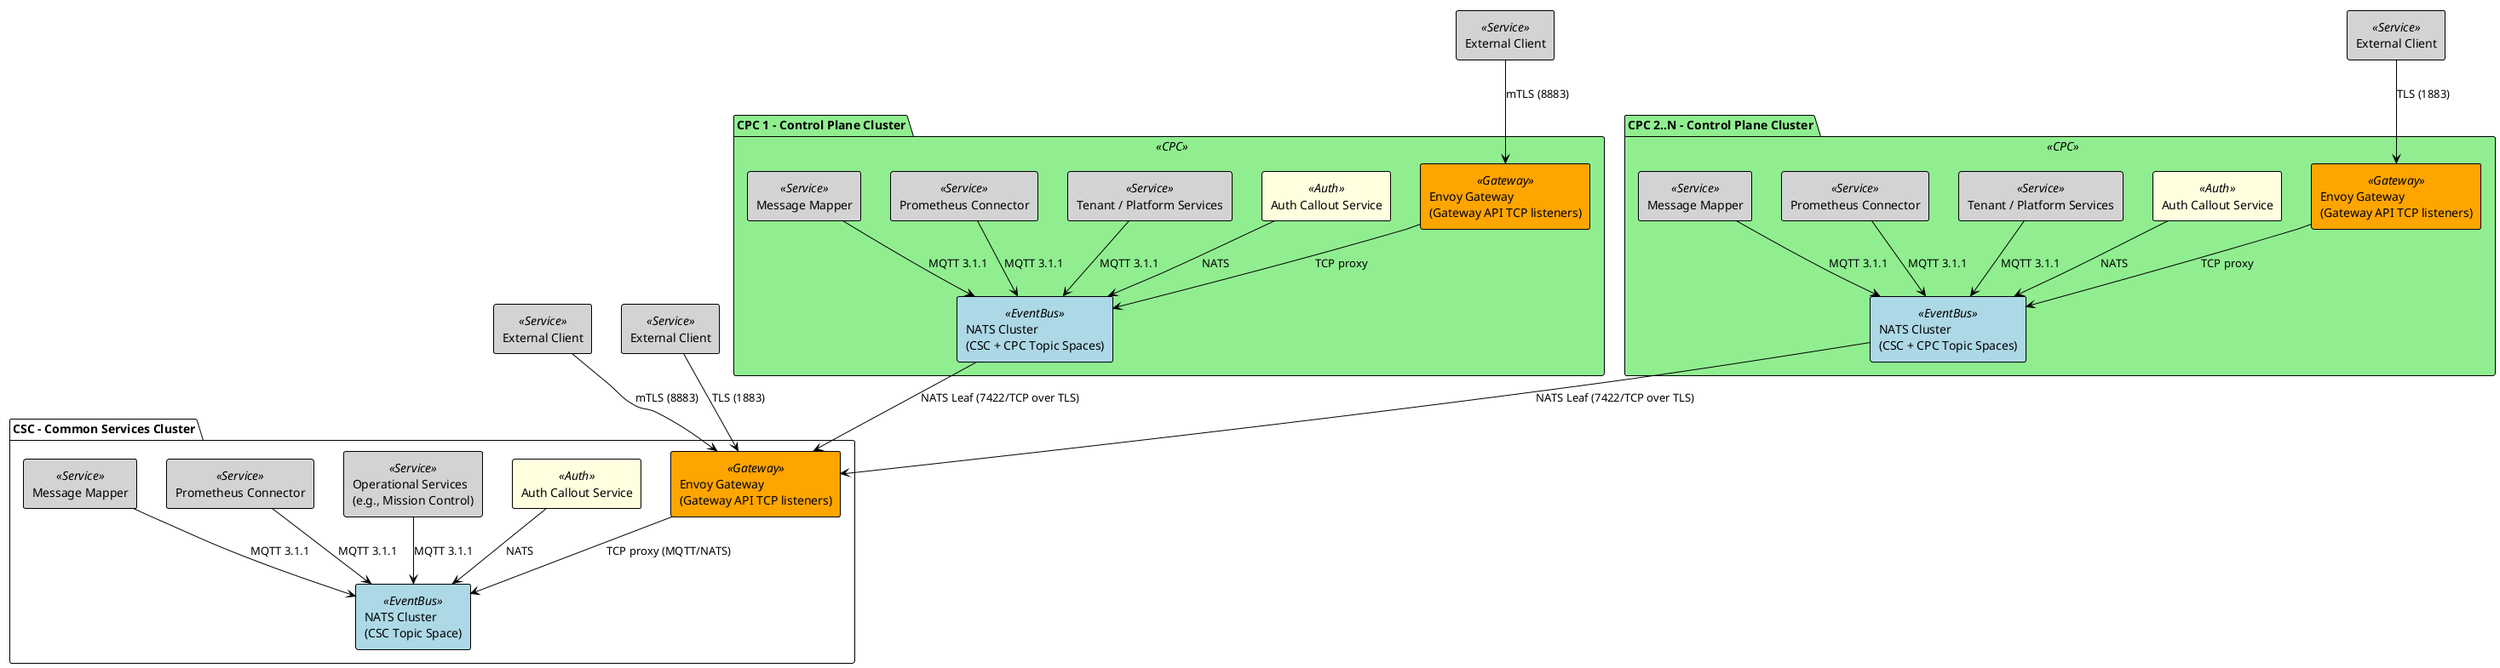
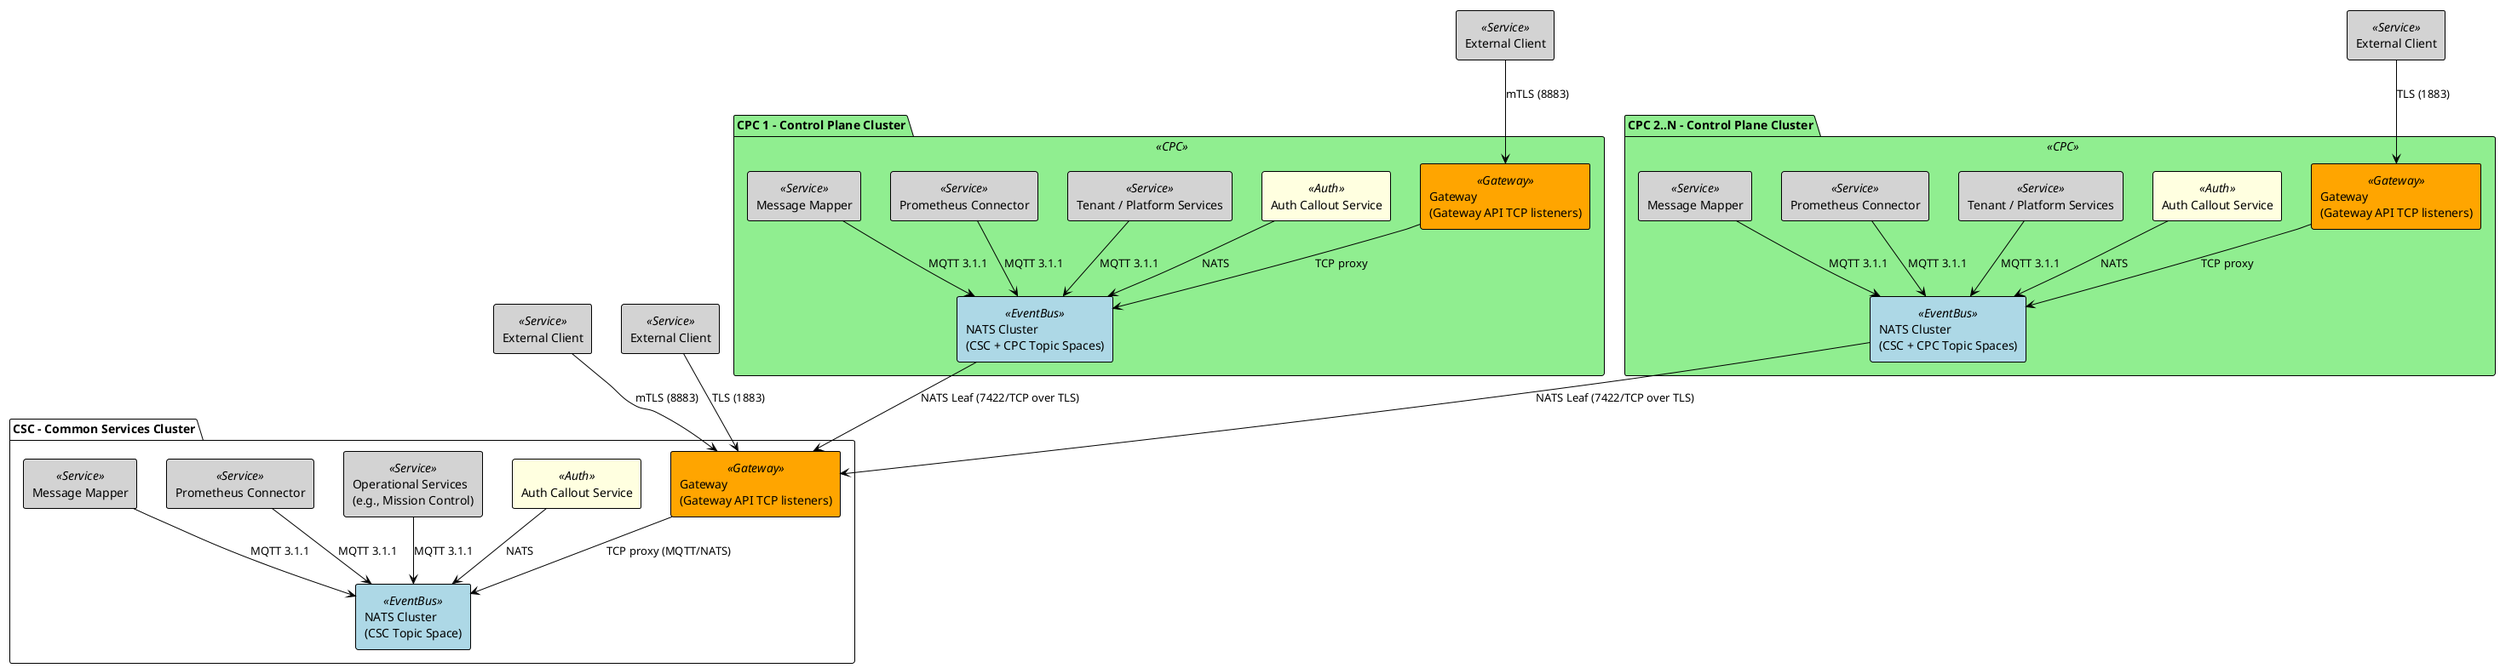
@startuml Event Bus Architecture

!theme plain
skinparam backgroundColor white
skinparam componentStyle rectangle

skinparam component {
    BackgroundColor<<EventBus>> lightblue
    BackgroundColor<<Service>> lightgray
    BackgroundColor<<Gateway>> orange
    BackgroundColor<<Auth>> lightyellow
}

skinparam package {
    BackgroundColor<<CPC>> lightgreen
}

skinparam direction topToBottom

package "CSC - Common Services Cluster" {
-     component "Envoy Gateway\n(Gateway API TCP listeners)" as GW_CSC <<Gateway>>
+     component "Gateway\n(Gateway API TCP listeners)" as GW_CSC <<Gateway>>
    component "NATS Cluster\n(CSC Topic Space)" as BUS_CSC <<EventBus>>
    component "Auth Callout Service" as AUTH_CSC <<Auth>>
    component "Operational Services\n(e.g., Mission Control)" as OPS_CSC <<Service>>
    component "Prometheus Connector" as PC_CSC <<Service>>
    component "Message Mapper" as MM_CSC <<Service>>
}

package "CPC 1 - Control Plane Cluster" <<CPC>> {
-     component "Envoy Gateway\n(Gateway API TCP listeners)" as GW_CPC1 <<Gateway>>
+     component "Gateway\n(Gateway API TCP listeners)" as GW_CPC1 <<Gateway>>
    component "NATS Cluster\n(CSC + CPC Topic Spaces)" as BUS_CPC1 <<EventBus>>
    component "Auth Callout Service" as AUTH_CPC1 <<Auth>>
    component "Tenant / Platform Services" as OPS_CPC1 <<Service>>
    component "Prometheus Connector" as PC_CPC1 <<Service>>
    component "Message Mapper" as MM_CPC1 <<Service>>
}

package "CPC 2..N - Control Plane Cluster" <<CPC>> {
-     component "Envoy Gateway\n(Gateway API TCP listeners)" as GW_CPC2 <<Gateway>>
+     component "Gateway\n(Gateway API TCP listeners)" as GW_CPC2 <<Gateway>>
    component "NATS Cluster\n(CSC + CPC Topic Spaces)" as BUS_CPC2 <<EventBus>>
    component "Auth Callout Service" as AUTH_CPC2 <<Auth>>
    component "Tenant / Platform Services" as OPS_CPC2 <<Service>>
    component "Prometheus Connector" as PC_CPC2 <<Service>>
    component "Message Mapper" as MM_CPC2 <<Service>>
}

component "External Client" as EXT_CLIENT1 <<Service>>
component "External Client" as EXT_CLIENT2 <<Service>>
component "External Client" as EXT_CLIENT3 <<Service>>
component "External Client" as EXT_CLIENT4 <<Service>>

BUS_CPC1 --> GW_CSC : NATS Leaf (7422/TCP over TLS)
BUS_CPC2 --> GW_CSC : NATS Leaf (7422/TCP over TLS)
GW_CSC --> BUS_CSC : TCP proxy (MQTT/NATS)
AUTH_CSC --> BUS_CSC : NATS
OPS_CSC --> BUS_CSC : MQTT 3.1.1
PC_CSC --> BUS_CSC : MQTT 3.1.1
MM_CSC --> BUS_CSC : MQTT 3.1.1
GW_CPC1 --> BUS_CPC1 : TCP proxy
AUTH_CPC1 --> BUS_CPC1 : NATS
OPS_CPC1 --> BUS_CPC1 : MQTT 3.1.1
PC_CPC1 --> BUS_CPC1 : MQTT 3.1.1
MM_CPC1 --> BUS_CPC1 : MQTT 3.1.1
GW_CPC2 --> BUS_CPC2 : TCP proxy
AUTH_CPC2 --> BUS_CPC2 : NATS
OPS_CPC2 --> BUS_CPC2 : MQTT 3.1.1
PC_CPC2 --> BUS_CPC2 : MQTT 3.1.1
MM_CPC2 --> BUS_CPC2 : MQTT 3.1.1
EXT_CLIENT1 --> GW_CSC : mTLS (8883)
EXT_CLIENT2 --> GW_CSC : TLS (1883)
EXT_CLIENT3 --> GW_CPC1 : mTLS (8883)
EXT_CLIENT4 --> GW_CPC2 : TLS (1883)

@enduml
